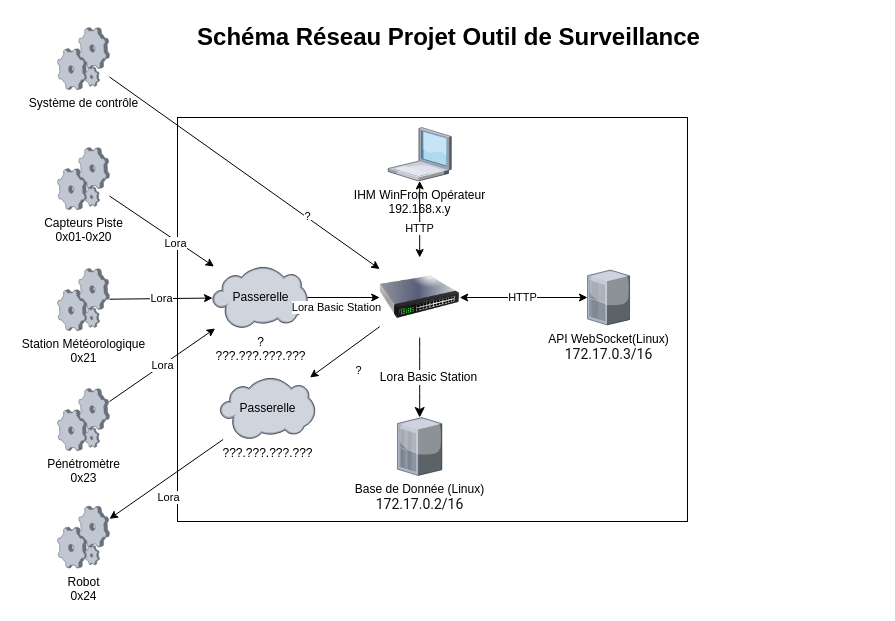
This is documentation/Schéma Réseau.drawio from ToGen49/Hippodrome, a draw.io file, before an edit. Source tidied: cells renumbered, new cells numbered last; positions are measured from the earlier drawing's top-left corner, leaving out a move shared by most shapes. Both pictures are drawn from the tidied source at 100%, with x=0, y=0 at pixel (17, 17).
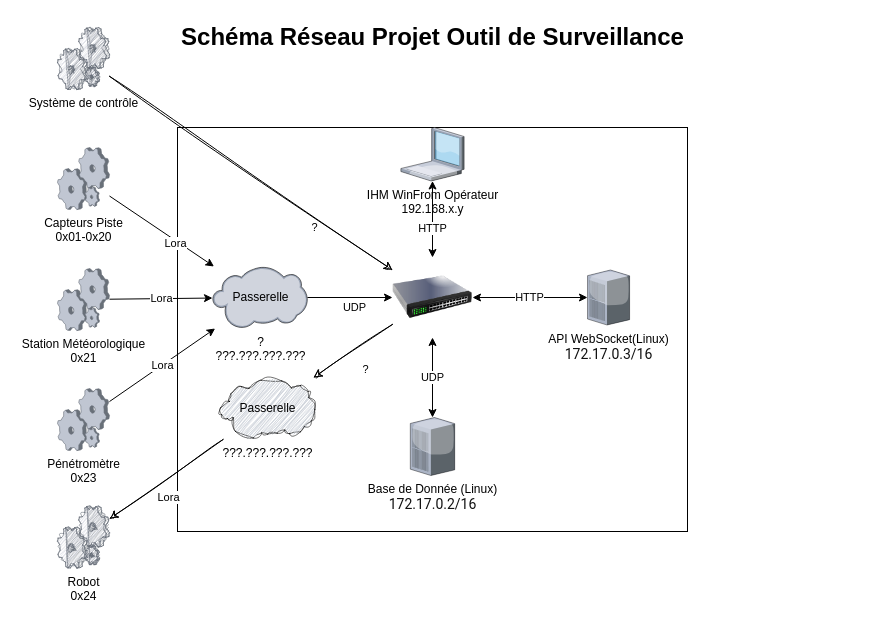
The same diagram, later.

Commit message:
Mettre à jour Schéma Réseau.drawio

The change refers to these unchanged cells:
```xml
<mxCell id="8" value="?&lt;br&gt;???.???.???.???" style="verticalLabelPosition=bottom;sketch=0;html=1;verticalAlign=top;strokeColor=none;align=center;outlineConnect=0;shape=mxgraph.citrix.cloud;" parent="1" vertex="1">
  <mxGeometry x="195" y="249" width="95" height="62" as="geometry" />
</mxCell>
```

Change to the diagram source:
```diff
@@
     <mxCell id="2" style="rounded=0;whiteSpace=wrap;html=1;" parent="1" vertex="1">
-      <mxGeometry x="160" y="100" width="510" height="404" as="geometry" />
+      <mxGeometry x="160" y="110" width="510" height="404" as="geometry" />
     </mxCell>
     <mxCell id="3" value="Schéma Réseau Projet Outil de Surveillance" style="text;strokeColor=none;fillColor=none;html=1;fontSize=24;fontStyle=1;verticalAlign=middle;align=center;" parent="1" vertex="1">
-      <mxGeometry width="861" height="40" as="geometry" />
+      <mxGeometry x="154.5" width="521" height="40" as="geometry" />
     </mxCell>
     <mxCell id="4" value="IHM WinFrom Opérateur&lt;div&gt;192.168.x.y&lt;/div&gt;" style="verticalLabelPosition=bottom;sketch=0;html=1;verticalAlign=top;strokeColor=none;align=center;outlineConnect=0;shape=mxgraph.citrix.laptop_1;" parent="1" vertex="1">
-      <mxGeometry x="370.6" y="110" width="63.2" height="53.5" as="geometry" />
+      <mxGeometry x="383.4" y="110" width="63.2" height="53.5" as="geometry" />
     </mxCell>
@@
-    <mxCell id="14" value="Lora Basic Station" style="edgeStyle=orthogonalEdgeStyle;rounded=0;jettySize=auto;html=1;" parent="1" edge="1" source="8" target="17">
-      <mxGeometry x="-0.17" y="-10" relative="1" as="geometry">
-        <mxPoint x="-1" as="offset" />
-      </mxGeometry>
+    <mxCell id="14" value="UDP" style="edgeStyle=orthogonalEdgeStyle;rounded=0;jettySize=auto;html=1;" parent="1" edge="1" source="8" target="17">
+      <mxGeometry x="0.11" y="-10" relative="1" as="geometry" />
     </mxCell>
     <mxCell id="15" value="Base de Donnée (Linux)&lt;br&gt;&lt;div&gt;&lt;span style=&quot;color: rgb(17, 17, 17); font-family: Roboto, Helvetica, sans-serif; font-size: 14px; text-align: left; text-wrap-mode: wrap; background-color: rgb(255, 255, 255);&quot;&gt;172.17.0.2/16&lt;/span&gt;&lt;/div&gt;" style="verticalLabelPosition=bottom;sketch=0;html=1;verticalAlign=top;strokeColor=none;align=center;outlineConnect=0;shape=mxgraph.citrix.pbx_server;" parent="1" vertex="1">
-      <mxGeometry x="380" y="400" width="44.4" height="58" as="geometry" />
+      <mxGeometry x="392.8" y="400" width="44.4" height="58" as="geometry" />
     </mxCell>
@@
     <mxCell id="17" style="image;html=1;image=img/lib/clip_art/networking/Switch_128x128.png;" parent="1" vertex="1">
-      <mxGeometry x="362.2" y="240" width="80" height="80" as="geometry" />
+      <mxGeometry x="375" y="240" width="80" height="80" as="geometry" />
     </mxCell>
@@
-    <mxCell id="20" value="???.???.???.???" style="verticalLabelPosition=bottom;sketch=0;html=1;verticalAlign=top;strokeColor=none;align=center;outlineConnect=0;shape=mxgraph.citrix.cloud;" parent="1" vertex="1">
+    <mxCell id="20" value="???.???.???.???" style="verticalLabelPosition=bottom;sketch=1;html=1;verticalAlign=top;strokeColor=none;align=center;outlineConnect=0;shape=mxgraph.citrix.cloud;shadow=0;curveFitting=1;jiggle=2;" parent="1" vertex="1">
       <mxGeometry x="202.5" y="360" width="95" height="62" as="geometry" />
     </mxCell>
-    <mxCell id="21" value="Passerelle" style="text;html=1;align=center;verticalAlign=middle;strokeColor=none;fillColor=none;" parent="1" vertex="1">
+    <mxCell id="21" value="Passerelle" style="text;html=1;align=center;verticalAlign=middle;strokeColor=none;fillColor=none;shadow=0;sketch=1;curveFitting=1;jiggle=2;" parent="1" vertex="1">
       <mxGeometry x="210" y="376" width="80" height="30" as="geometry" />
     </mxCell>
-    <mxCell id="22" style="endArrow=classic;html=1;rounded=0;" parent="1" edge="1" source="17" target="20">
+    <mxCell id="22" style="endArrow=classic;html=1;rounded=0;shadow=0;sketch=1;curveFitting=1;jiggle=2;" parent="1" edge="1" source="17" target="20">
       <mxGeometry relative="1" as="geometry" />
     </mxCell>
@@
-    <mxCell id="24" style="endArrow=classic;html=1;rounded=0;" parent="1" edge="1" source="20" target="26">
+    <mxCell id="24" style="endArrow=classic;html=1;rounded=0;shadow=0;sketch=1;curveFitting=1;jiggle=2;" parent="1" edge="1" source="20" target="26">
       <mxGeometry relative="1" as="geometry" />
     </mxCell>
@@
-    <mxCell id="26" value="Robot&lt;br&gt;0x24" style="verticalLabelPosition=bottom;sketch=0;html=1;verticalAlign=top;strokeColor=none;align=center;outlineConnect=0;shape=mxgraph.citrix.process;" parent="1" vertex="1">
+    <mxCell id="26" value="Robot&lt;br&gt;0x24" style="verticalLabelPosition=bottom;html=1;verticalAlign=top;strokeColor=none;align=center;outlineConnect=0;shape=mxgraph.citrix.process;shadow=0;sketch=1;curveFitting=1;jiggle=2;" parent="1" vertex="1">
       <mxGeometry x="40" y="488.5" width="52" height="62" as="geometry" />
     </mxCell>
-    <mxCell id="27" value="Système de contrôle" style="verticalLabelPosition=bottom;sketch=0;html=1;verticalAlign=top;strokeColor=none;align=center;outlineConnect=0;shape=mxgraph.citrix.process;" parent="1" vertex="1">
+    <mxCell id="27" value="Système de contrôle" style="verticalLabelPosition=bottom;html=1;verticalAlign=top;strokeColor=none;align=center;outlineConnect=0;shape=mxgraph.citrix.process;shadow=0;sketch=1;curveFitting=1;jiggle=2;" parent="1" vertex="1">
       <mxGeometry x="40" y="10" width="52" height="62" as="geometry" />
     </mxCell>
-    <mxCell id="28" style="endArrow=classic;html=1;rounded=0;" parent="1" edge="1" source="27" target="17">
+    <mxCell id="28" style="endArrow=classic;html=1;rounded=0;shadow=0;sketch=1;curveFitting=1;jiggle=2;" parent="1" edge="1" source="27" target="17">
       <mxGeometry relative="1" as="geometry" />
     </mxCell>
     <mxCell id="29" value="?" style="edgeLabel;html=1;align=center;verticalAlign=middle;" parent="28" vertex="1">
       <mxGeometry x="0.29" y="-3" relative="1" as="geometry">
-        <mxPoint x="25" y="13" as="offset" />
+        <mxPoint x="24" y="23" as="offset" />
       </mxGeometry>
     </mxCell>
-    <mxCell id="30" style="endArrow=classic;html=1;rounded=0;fontSize=12;startSize=8;endSize=8;curved=1;" parent="1" edge="1" source="17" target="15">
-      <mxGeometry relative="1" as="geometry" />
-    </mxCell>
-    <mxCell id="31" value="Lora Basic Station" style="edgeLabel;html=1;align=center;verticalAlign=middle;fontSize=12;" parent="30" vertex="1">
-      <mxGeometry x="0.16" y="1" relative="1" as="geometry">
-        <mxPoint x="7" y="-7" as="offset" />
-      </mxGeometry>
-    </mxCell>
+    <mxCell id="32" value="UDP" style="endArrow=classic;startArrow=classic;html=1;rounded=0;" parent="1" edge="1" source="15" target="17">
+      <mxGeometry x="0.01" relative="1" as="geometry" />
+    </mxCell>
```
